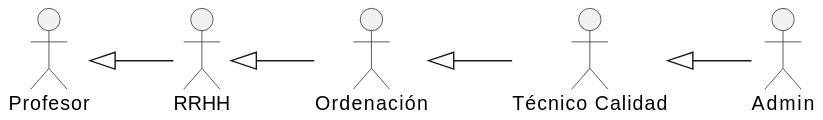
The PlantUML diagram images/modelosUML/CdU/Individuales/Actores.svg in mmasias/24-25-IdSw1-SDR, before a commit.
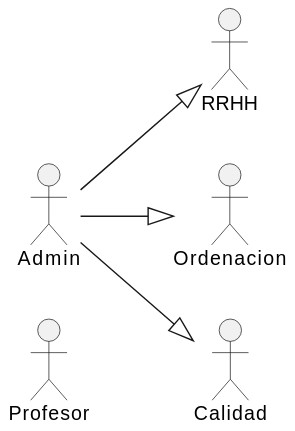
After the commit.

Commit message:
Perfeccionamiento de actores y casos de uso

The edit, as a diff of the source:
```diff
@@ -1,13 +1,13 @@
 @startuml
 left to right direction
-actor Profesor as "Profesor"
-actor RRHH as "RRHH"
-actor Ordenacion as "Ordenación"
-actor TecnicoCalidad as "Técnico Calidad"
-actor Admin as "Admin"
 
-Profesor <|-- RRHH
-RRHH <|-- Ordenacion
-Ordenacion <|-- TecnicoCalidad
-TecnicoCalidad <|-- Admin
+actor Profesor
+actor RRHH
+actor Ordenacion
+actor Calidad
+actor Admin
+
+Admin --|> RRHH
+Admin --|> Ordenacion
+Admin --|> Calidad
 @enduml
```
